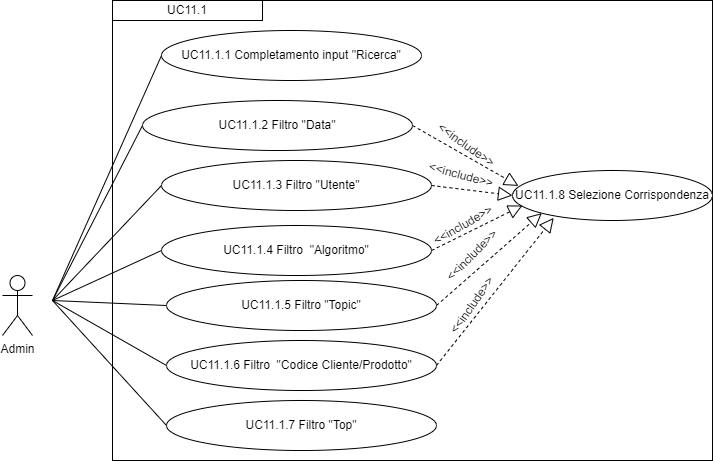
ShameIRL/farmacode keeps this draw.io diagram as imgs/Uml/UC11.1app.png. Above is the earlier version. Source tidied: cells renumbered, new cells last; positions are measured from the earlier drawing's top-left corner, leaving out a move shared by most shapes. Source of this version:
```xml
<mxGraphModel>
  <root>
    <mxCell id="0" />
    <mxCell id="1" parent="0" />
    <mxCell id="2" value="Admin" style="shape=umlActor;verticalLabelPosition=bottom;verticalAlign=top;html=1;" parent="1" vertex="1">
      <mxGeometry y="275" width="30" height="60" as="geometry" />
    </mxCell>
    <mxCell id="3" style="rounded=0;whiteSpace=wrap;html=1;fillColor=none;" parent="1" vertex="1">
      <mxGeometry x="110" width="600" height="460" as="geometry" />
    </mxCell>
    <mxCell id="4" value="&lt;div style=&quot;&quot;&gt;UC11.1&lt;/div&gt;" style="rounded=0;whiteSpace=wrap;html=1;fillColor=none;align=center;" parent="1" vertex="1">
      <mxGeometry x="110" width="150" height="20" as="geometry" />
    </mxCell>
    <mxCell id="5" value="UC11.1.2 Filtro &quot;Data&quot;" style="ellipse;whiteSpace=wrap;html=1;" parent="1" vertex="1">
      <mxGeometry x="140" y="100" width="270" height="50" as="geometry" />
    </mxCell>
    <mxCell id="6" style="endArrow=none;html=1;rounded=0;entryX=0;entryY=0.5;entryDx=0;entryDy=0;" parent="1" edge="1" target="5">
      <mxGeometry relative="1" as="geometry">
        <mxPoint x="50" y="300" as="sourcePoint" />
      </mxGeometry>
    </mxCell>
    <mxCell id="7" value="UC11.1.3 Filtro &quot;Utente&quot;" style="ellipse;whiteSpace=wrap;html=1;" parent="1" vertex="1">
      <mxGeometry x="159" y="160" width="270" height="50" as="geometry" />
    </mxCell>
    <mxCell id="8" style="endArrow=none;html=1;rounded=0;entryX=0;entryY=0.5;entryDx=0;entryDy=0;" parent="1" edge="1" target="7">
      <mxGeometry relative="1" as="geometry">
        <mxPoint x="50" y="300" as="sourcePoint" />
      </mxGeometry>
    </mxCell>
    <mxCell id="9" value="UC11.1.4 Filtro&amp;nbsp; &quot;Algoritmo&quot;" style="ellipse;whiteSpace=wrap;html=1;" parent="1" vertex="1">
      <mxGeometry x="159" y="225" width="270" height="50" as="geometry" />
    </mxCell>
    <mxCell id="10" value="UC11.1.5 Filtro &quot;Topic&quot;" style="ellipse;whiteSpace=wrap;html=1;" parent="1" vertex="1">
      <mxGeometry x="164" y="280" width="270" height="50" as="geometry" />
    </mxCell>
    <mxCell id="11" value="UC11.1.6 Filtro&amp;nbsp; &quot;Codice Cliente/Prodotto&quot;" style="ellipse;whiteSpace=wrap;html=1;" parent="1" vertex="1">
      <mxGeometry x="164" y="340" width="270" height="50" as="geometry" />
    </mxCell>
    <mxCell id="12" value="UC11.1.1 Completamento input &quot;Ricerca&quot;" style="ellipse;whiteSpace=wrap;html=1;" parent="1" vertex="1">
      <mxGeometry x="159" y="30" width="260" height="50" as="geometry" />
    </mxCell>
    <mxCell id="13" value="UC11.1.7 Filtro &quot;Top&quot;" style="ellipse;whiteSpace=wrap;html=1;" parent="1" vertex="1">
      <mxGeometry x="164" y="400" width="270" height="50" as="geometry" />
    </mxCell>
    <mxCell id="14" value="UC11.1.8 Selezione Corrispondenza" style="ellipse;whiteSpace=wrap;html=1;" parent="1" vertex="1">
      <mxGeometry x="510" y="170" width="200" height="50" as="geometry" />
    </mxCell>
    <mxCell id="15" value="&amp;lt;&amp;lt;include&amp;gt;&amp;gt;" style="text;html=1;align=center;verticalAlign=middle;whiteSpace=wrap;rounded=0;rotation=35;" parent="1" vertex="1">
      <mxGeometry x="434" y="130" width="60" height="30" as="geometry" />
    </mxCell>
    <mxCell id="16" style="endArrow=block;dashed=1;endFill=0;endSize=12;html=1;rounded=0;exitX=1;exitY=0.5;exitDx=0;exitDy=0;entryX=0.03;entryY=0.308;entryDx=0;entryDy=0;entryPerimeter=0;" parent="1" edge="1" source="5" target="14">
      <mxGeometry relative="1" as="geometry" />
    </mxCell>
    <mxCell id="17" style="endArrow=block;dashed=1;endFill=0;endSize=12;html=1;rounded=0;exitX=1;exitY=0.5;exitDx=0;exitDy=0;entryX=0;entryY=0.5;entryDx=0;entryDy=0;" parent="1" edge="1" source="9">
      <mxGeometry relative="1" as="geometry">
        <mxPoint x="520" y="205" as="targetPoint" />
      </mxGeometry>
    </mxCell>
    <mxCell id="18" style="endArrow=block;dashed=1;endFill=0;endSize=12;html=1;rounded=0;exitX=1;exitY=0.5;exitDx=0;exitDy=0;entryX=0;entryY=1;entryDx=0;entryDy=0;" parent="1" edge="1" source="10" target="14">
      <mxGeometry relative="1" as="geometry" />
    </mxCell>
    <mxCell id="19" style="endArrow=block;dashed=1;endFill=0;endSize=12;html=1;rounded=0;exitX=1;exitY=0.5;exitDx=0;exitDy=0;entryX=0.206;entryY=0.948;entryDx=0;entryDy=0;entryPerimeter=0;" parent="1" edge="1" source="11" target="14">
      <mxGeometry relative="1" as="geometry" />
    </mxCell>
    <mxCell id="20" value="&amp;lt;&amp;lt;include&amp;gt;&amp;gt;" style="text;html=1;align=center;verticalAlign=middle;whiteSpace=wrap;rounded=0;rotation=15;" parent="1" vertex="1">
      <mxGeometry x="429" y="160" width="60" height="30" as="geometry" />
    </mxCell>
    <mxCell id="21" value="&amp;lt;&amp;lt;include&amp;gt;&amp;gt;" style="text;html=1;align=center;verticalAlign=middle;whiteSpace=wrap;rounded=0;rotation=-45;" parent="1" vertex="1">
      <mxGeometry x="440" y="240" width="60" height="30" as="geometry" />
    </mxCell>
    <mxCell id="22" value="&amp;lt;&amp;lt;include&amp;gt;&amp;gt;" style="text;html=1;align=center;verticalAlign=middle;whiteSpace=wrap;rounded=0;rotation=-30;" parent="1" vertex="1">
      <mxGeometry x="429" y="210" width="64" height="30" as="geometry" />
    </mxCell>
    <mxCell id="23" style="endArrow=block;dashed=1;endFill=0;endSize=12;html=1;rounded=0;exitX=1;exitY=0.5;exitDx=0;exitDy=0;entryX=0;entryY=0.5;entryDx=0;entryDy=0;" parent="1" edge="1" source="7" target="14">
      <mxGeometry relative="1" as="geometry" />
    </mxCell>
    <mxCell id="24" value="&amp;lt;&amp;lt;include&amp;gt;&amp;gt;" style="text;html=1;align=center;verticalAlign=middle;whiteSpace=wrap;rounded=0;rotation=-55;" parent="1" vertex="1">
      <mxGeometry x="440" y="290" width="60" height="30" as="geometry" />
    </mxCell>
    <mxCell id="25" style="endArrow=none;html=1;rounded=0;entryX=0;entryY=0.5;entryDx=0;entryDy=0;" parent="1" edge="1" target="12">
      <mxGeometry relative="1" as="geometry">
        <mxPoint x="50" y="300" as="sourcePoint" />
      </mxGeometry>
    </mxCell>
    <mxCell id="26" style="endArrow=none;html=1;rounded=0;exitX=0;exitY=0.5;exitDx=0;exitDy=0;" parent="1" edge="1" source="9">
      <mxGeometry relative="1" as="geometry">
        <mxPoint x="50" y="300" as="targetPoint" />
      </mxGeometry>
    </mxCell>
    <mxCell id="27" style="endArrow=none;html=1;rounded=0;exitX=0;exitY=0.5;exitDx=0;exitDy=0;" parent="1" edge="1" source="10">
      <mxGeometry relative="1" as="geometry">
        <mxPoint x="50" y="300" as="targetPoint" />
      </mxGeometry>
    </mxCell>
    <mxCell id="28" style="endArrow=none;html=1;rounded=0;exitX=0;exitY=0.5;exitDx=0;exitDy=0;" parent="1" edge="1" source="11">
      <mxGeometry relative="1" as="geometry">
        <mxPoint x="50" y="300" as="targetPoint" />
      </mxGeometry>
    </mxCell>
    <mxCell id="29" style="endArrow=none;html=1;rounded=0;exitX=0;exitY=0.5;exitDx=0;exitDy=0;" parent="1" edge="1" source="13">
      <mxGeometry relative="1" as="geometry">
        <mxPoint x="50" y="300" as="targetPoint" />
      </mxGeometry>
    </mxCell>
  </root>
</mxGraphModel>
```
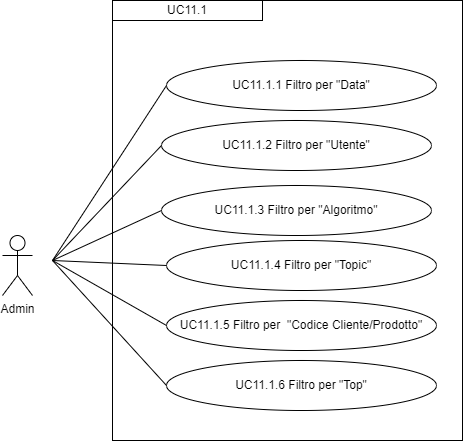
Later version of the same file.

Change to the diagram source:
```diff
@@ -6,20 +6,20 @@
       <mxGeometry y="275" width="30" height="60" as="geometry" />
     </mxCell>
     <mxCell id="3" style="rounded=0;whiteSpace=wrap;html=1;fillColor=none;" parent="1" vertex="1">
-      <mxGeometry x="110" width="600" height="460" as="geometry" />
+      <mxGeometry x="110" y="40" width="350" height="440" as="geometry" />
     </mxCell>
     <mxCell id="4" value="&lt;div style=&quot;&quot;&gt;UC11.1&lt;/div&gt;" style="rounded=0;whiteSpace=wrap;html=1;fillColor=none;align=center;" parent="1" vertex="1">
-      <mxGeometry x="110" width="150" height="20" as="geometry" />
+      <mxGeometry x="110" y="40" width="150" height="20" as="geometry" />
     </mxCell>
-    <mxCell id="5" value="UC11.1.2 Filtro &quot;Data&quot;" style="ellipse;whiteSpace=wrap;html=1;" parent="1" vertex="1">
-      <mxGeometry x="140" y="100" width="270" height="50" as="geometry" />
+    <mxCell id="5" value="UC11.1.1 Filtro per &quot;Data&quot;" style="ellipse;whiteSpace=wrap;html=1;" parent="1" vertex="1">
+      <mxGeometry x="164" y="100" width="270" height="50" as="geometry" />
     </mxCell>
     <mxCell id="6" style="endArrow=none;html=1;rounded=0;entryX=0;entryY=0.5;entryDx=0;entryDy=0;" parent="1" edge="1" target="5">
       <mxGeometry relative="1" as="geometry">
         <mxPoint x="50" y="300" as="sourcePoint" />
       </mxGeometry>
     </mxCell>
-    <mxCell id="7" value="UC11.1.3 Filtro &quot;Utente&quot;" style="ellipse;whiteSpace=wrap;html=1;" parent="1" vertex="1">
+    <mxCell id="7" value="UC11.1.2 Filtro per &quot;Utente&quot;" style="ellipse;whiteSpace=wrap;html=1;" parent="1" vertex="1">
       <mxGeometry x="159" y="160" width="270" height="50" as="geometry" />
     </mxCell>
     <mxCell id="8" style="endArrow=none;html=1;rounded=0;entryX=0;entryY=0.5;entryDx=0;entryDy=0;" parent="1" edge="1" target="7">
@@ -27,61 +27,18 @@
         <mxPoint x="50" y="300" as="sourcePoint" />
       </mxGeometry>
     </mxCell>
-    <mxCell id="9" value="UC11.1.4 Filtro&amp;nbsp; &quot;Algoritmo&quot;" style="ellipse;whiteSpace=wrap;html=1;" parent="1" vertex="1">
+    <mxCell id="9" value="UC11.1.3 Filtro per &quot;Algoritmo&quot;" style="ellipse;whiteSpace=wrap;html=1;" parent="1" vertex="1">
       <mxGeometry x="159" y="225" width="270" height="50" as="geometry" />
     </mxCell>
-    <mxCell id="10" value="UC11.1.5 Filtro &quot;Topic&quot;" style="ellipse;whiteSpace=wrap;html=1;" parent="1" vertex="1">
+    <mxCell id="10" value="UC11.1.4 Filtro per &quot;Topic&quot;" style="ellipse;whiteSpace=wrap;html=1;" parent="1" vertex="1">
       <mxGeometry x="164" y="280" width="270" height="50" as="geometry" />
     </mxCell>
-    <mxCell id="11" value="UC11.1.6 Filtro&amp;nbsp; &quot;Codice Cliente/Prodotto&quot;" style="ellipse;whiteSpace=wrap;html=1;" parent="1" vertex="1">
+    <mxCell id="11" value="UC11.1.5 Filtro per&amp;nbsp; &quot;Codice Cliente/Prodotto&quot;" style="ellipse;whiteSpace=wrap;html=1;" parent="1" vertex="1">
       <mxGeometry x="164" y="340" width="270" height="50" as="geometry" />
     </mxCell>
-    <mxCell id="12" value="UC11.1.1 Completamento input &quot;Ricerca&quot;" style="ellipse;whiteSpace=wrap;html=1;" parent="1" vertex="1">
-      <mxGeometry x="159" y="30" width="260" height="50" as="geometry" />
-    </mxCell>
-    <mxCell id="13" value="UC11.1.7 Filtro &quot;Top&quot;" style="ellipse;whiteSpace=wrap;html=1;" parent="1" vertex="1">
+    <mxCell id="13" value="UC11.1.6 Filtro per &quot;Top&quot;" style="ellipse;whiteSpace=wrap;html=1;" parent="1" vertex="1">
       <mxGeometry x="164" y="400" width="270" height="50" as="geometry" />
     </mxCell>
-    <mxCell id="14" value="UC11.1.8 Selezione Corrispondenza" style="ellipse;whiteSpace=wrap;html=1;" parent="1" vertex="1">
-      <mxGeometry x="510" y="170" width="200" height="50" as="geometry" />
-    </mxCell>
-    <mxCell id="15" value="&amp;lt;&amp;lt;include&amp;gt;&amp;gt;" style="text;html=1;align=center;verticalAlign=middle;whiteSpace=wrap;rounded=0;rotation=35;" parent="1" vertex="1">
-      <mxGeometry x="434" y="130" width="60" height="30" as="geometry" />
-    </mxCell>
-    <mxCell id="16" style="endArrow=block;dashed=1;endFill=0;endSize=12;html=1;rounded=0;exitX=1;exitY=0.5;exitDx=0;exitDy=0;entryX=0.03;entryY=0.308;entryDx=0;entryDy=0;entryPerimeter=0;" parent="1" edge="1" source="5" target="14">
-      <mxGeometry relative="1" as="geometry" />
-    </mxCell>
-    <mxCell id="17" style="endArrow=block;dashed=1;endFill=0;endSize=12;html=1;rounded=0;exitX=1;exitY=0.5;exitDx=0;exitDy=0;entryX=0;entryY=0.5;entryDx=0;entryDy=0;" parent="1" edge="1" source="9">
-      <mxGeometry relative="1" as="geometry">
-        <mxPoint x="520" y="205" as="targetPoint" />
-      </mxGeometry>
-    </mxCell>
-    <mxCell id="18" style="endArrow=block;dashed=1;endFill=0;endSize=12;html=1;rounded=0;exitX=1;exitY=0.5;exitDx=0;exitDy=0;entryX=0;entryY=1;entryDx=0;entryDy=0;" parent="1" edge="1" source="10" target="14">
-      <mxGeometry relative="1" as="geometry" />
-    </mxCell>
-    <mxCell id="19" style="endArrow=block;dashed=1;endFill=0;endSize=12;html=1;rounded=0;exitX=1;exitY=0.5;exitDx=0;exitDy=0;entryX=0.206;entryY=0.948;entryDx=0;entryDy=0;entryPerimeter=0;" parent="1" edge="1" source="11" target="14">
-      <mxGeometry relative="1" as="geometry" />
-    </mxCell>
-    <mxCell id="20" value="&amp;lt;&amp;lt;include&amp;gt;&amp;gt;" style="text;html=1;align=center;verticalAlign=middle;whiteSpace=wrap;rounded=0;rotation=15;" parent="1" vertex="1">
-      <mxGeometry x="429" y="160" width="60" height="30" as="geometry" />
-    </mxCell>
-    <mxCell id="21" value="&amp;lt;&amp;lt;include&amp;gt;&amp;gt;" style="text;html=1;align=center;verticalAlign=middle;whiteSpace=wrap;rounded=0;rotation=-45;" parent="1" vertex="1">
-      <mxGeometry x="440" y="240" width="60" height="30" as="geometry" />
-    </mxCell>
-    <mxCell id="22" value="&amp;lt;&amp;lt;include&amp;gt;&amp;gt;" style="text;html=1;align=center;verticalAlign=middle;whiteSpace=wrap;rounded=0;rotation=-30;" parent="1" vertex="1">
-      <mxGeometry x="429" y="210" width="64" height="30" as="geometry" />
-    </mxCell>
-    <mxCell id="23" style="endArrow=block;dashed=1;endFill=0;endSize=12;html=1;rounded=0;exitX=1;exitY=0.5;exitDx=0;exitDy=0;entryX=0;entryY=0.5;entryDx=0;entryDy=0;" parent="1" edge="1" source="7" target="14">
-      <mxGeometry relative="1" as="geometry" />
-    </mxCell>
-    <mxCell id="24" value="&amp;lt;&amp;lt;include&amp;gt;&amp;gt;" style="text;html=1;align=center;verticalAlign=middle;whiteSpace=wrap;rounded=0;rotation=-55;" parent="1" vertex="1">
-      <mxGeometry x="440" y="290" width="60" height="30" as="geometry" />
-    </mxCell>
-    <mxCell id="25" style="endArrow=none;html=1;rounded=0;entryX=0;entryY=0.5;entryDx=0;entryDy=0;" parent="1" edge="1" target="12">
-      <mxGeometry relative="1" as="geometry">
-        <mxPoint x="50" y="300" as="sourcePoint" />
-      </mxGeometry>
-    </mxCell>
     <mxCell id="26" style="endArrow=none;html=1;rounded=0;exitX=0;exitY=0.5;exitDx=0;exitDy=0;" parent="1" edge="1" source="9">
       <mxGeometry relative="1" as="geometry">
         <mxPoint x="50" y="300" as="targetPoint" />
```
